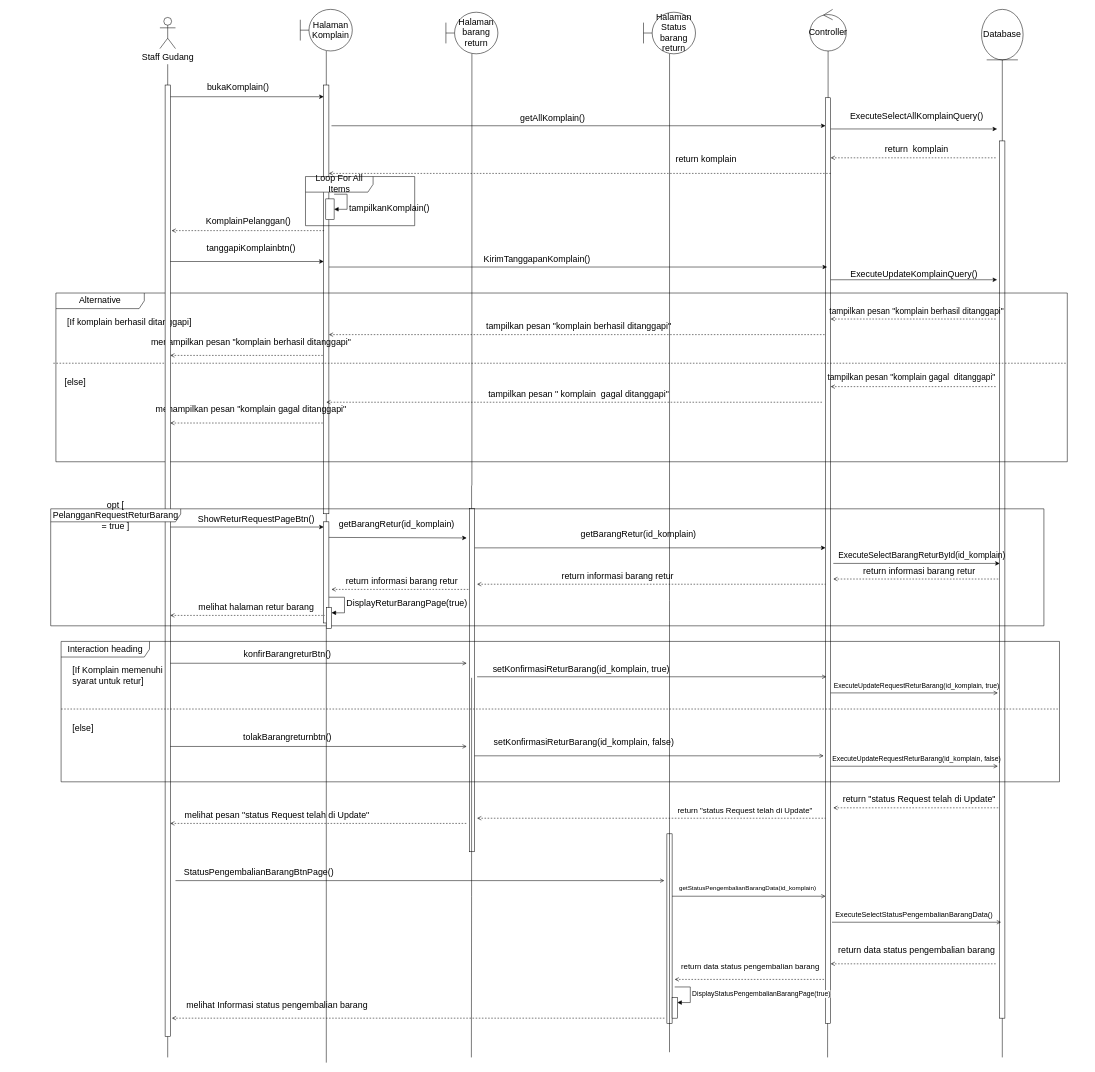
This is page "Fitur komplain dan return barang" (5 of 25) of FIxed/Sequence Complete .drawio from AriqFaridzki/SE-UTS-2023, a draw.io file, before an edit. Source tidied: cells renumbered, new cells numbered last; positions are measured from the earlier drawing's top-left corner, leaving out a move shared by most shapes. Both pictures are drawn from the tidied source at 52%, with x=0, y=0 at pixel (50, 9).
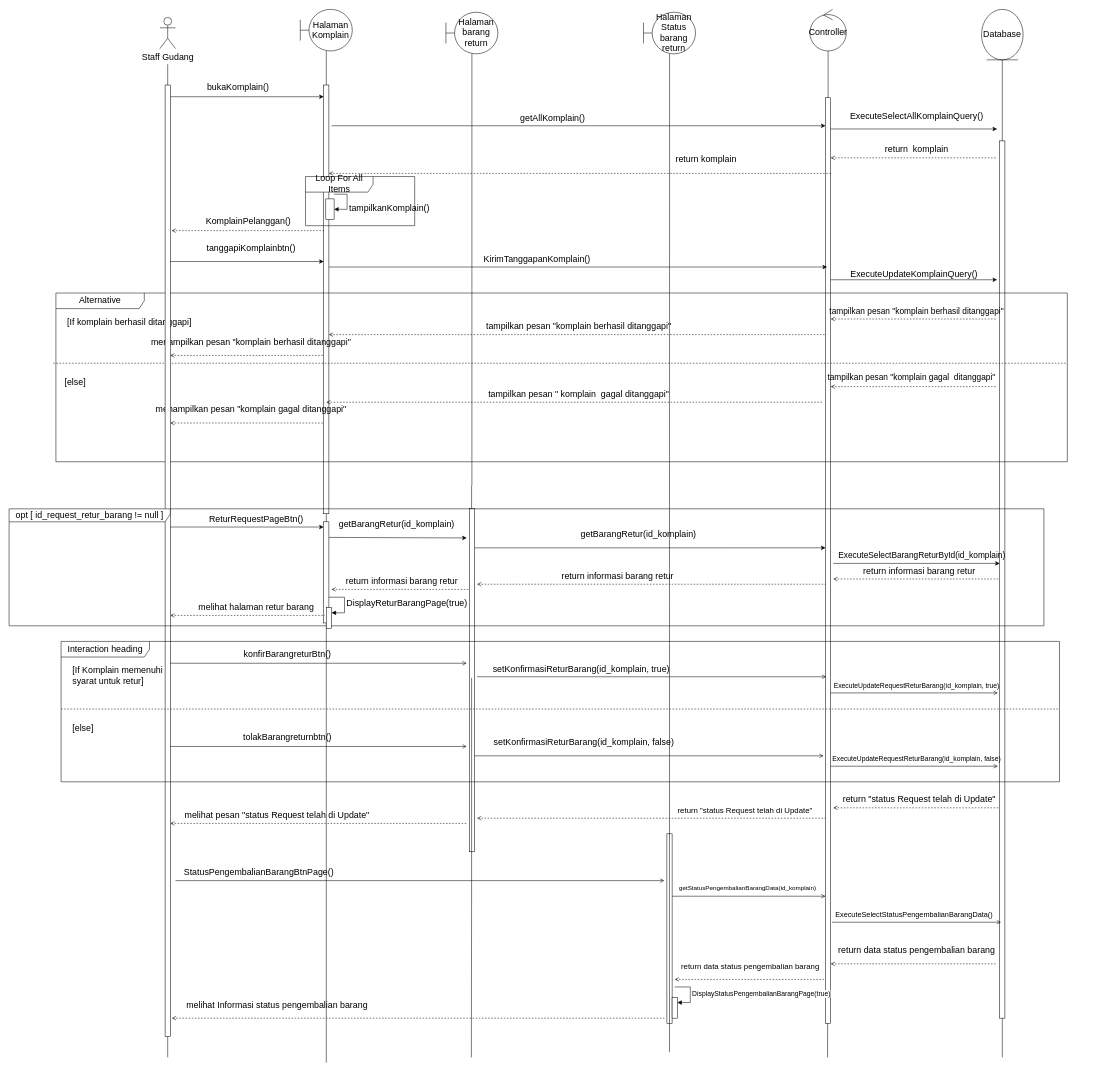
The same page after the edit.

The edit, as a diff of the source:
```diff
@@
-    <mxCell id="89" value="ShowReturRequestPageBtn()" style="text;html=1;align=center;verticalAlign=middle;strokeColor=none;fillColor=none;fontSize=17;" parent="1" vertex="1">
-      <mxGeometry x="270" y="966" width="250" height="30" as="geometry" />
+    <mxCell id="89" value="ReturRequestPageBtn()" style="text;html=1;align=center;verticalAlign=middle;strokeColor=none;fillColor=none;fontSize=17;" parent="1" vertex="1">
+      <mxGeometry x="295" y="966" width="200" height="30" as="geometry" />
     </mxCell>
@@
-    <mxCell id="108" value="opt [ PelangganRequestReturBarang = true ]" style="shape=umlFrame;whiteSpace=wrap;html=1;width=250;height=25;fontSize=17;" parent="1" vertex="1">
-      <mxGeometry y="961" width="1910" height="225" as="geometry" />
+    <mxCell id="108" value="opt [ id_request_retur_barang != null ]" style="shape=umlFrame;whiteSpace=wrap;html=1;width=310;height=25;fontSize=17;" parent="1" vertex="1">
+      <mxGeometry x="-80" y="961" width="1990" height="225" as="geometry" />
     </mxCell>
```
